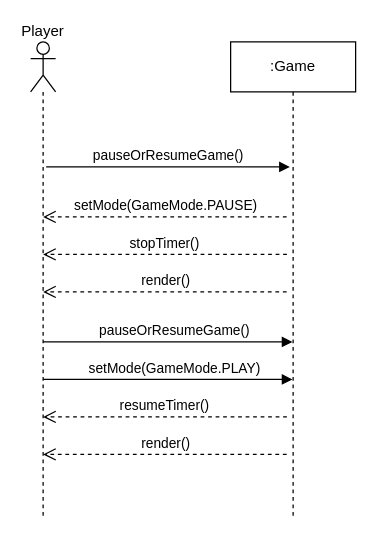
The draw.io diagram System Sequence Diagrams (SSD)/Pause_Resume_Game.drawio in zeynepyorulmaz/Rogue-Like, before the edit. Source tidied: cells renumbered, new cells numbered last; positions are measured from the earlier drawing's top-left corner, leaving out a move shared by most shapes. Both pictures are drawn from the tidied source at 125%, with x=0, y=0 at pixel (30, 41).
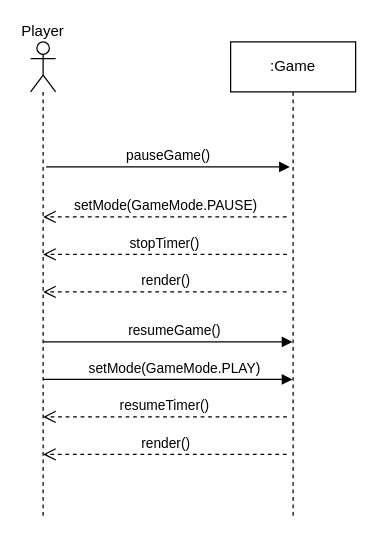
After the change.

Commit message:
update on pausing and resuming the game

Diff of the diagram source:
```diff
@@
-    <mxCell id="4" value="pauseOrResumeGame()" style="html=1;verticalAlign=bottom;endArrow=block;curved=0;rounded=0;" parent="1" edge="1">
+    <mxCell id="4" value="pauseGame()" style="html=1;verticalAlign=bottom;endArrow=block;curved=0;rounded=0;" parent="1" edge="1">
       <mxGeometry relative="1" as="geometry">
         <mxPoint x="12.4" y="100" as="sourcePoint" />
         <mxPoint x="207.4" y="100" as="targetPoint" />
       </mxGeometry>
     </mxCell>
@@
-    <mxCell id="7" value="pauseOrResumeGame()" style="html=1;verticalAlign=bottom;endArrow=block;curved=0;rounded=0;" parent="1" edge="1">
+    <mxCell id="7" value="resumeGame()" style="html=1;verticalAlign=bottom;endArrow=block;curved=0;rounded=0;" parent="1" edge="1">
       <mxGeometry x="0.05" relative="1" as="geometry">
         <mxPoint x="10" y="240" as="sourcePoint" />
         <mxPoint x="209.5" y="240" as="targetPoint" />
       </mxGeometry>
     </mxCell>
```
